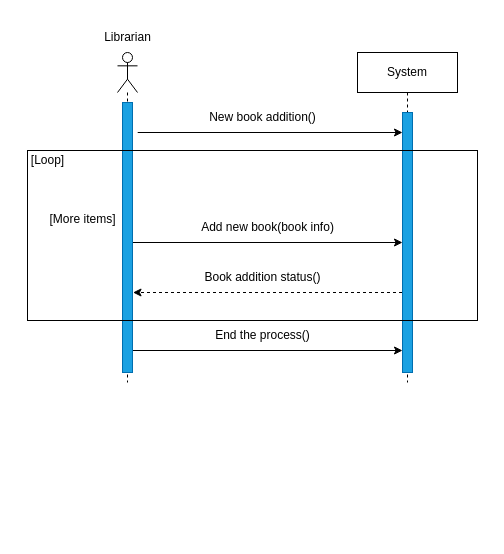
Before: drawio files/Library Management System (Add new book) SSD.drawio in Abdulrahman-Sayed-1/Library-Management-System, a draw.io diagram. Source tidied: cells renumbered, new cells numbered last; positions are measured from the earlier drawing's top-left corner, leaving out a move shared by most shapes. Both pictures are drawn from the tidied source at 100%, with x=0, y=0 at pixel (17, 22).
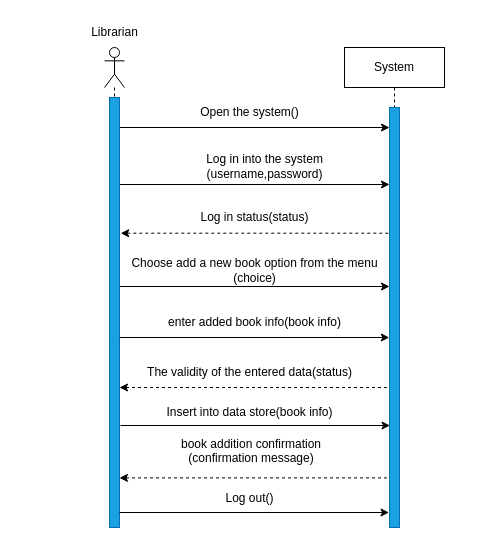
The same page after the edit.

What changed in the source:
```diff
@@
-    <mxCell id="2" style="group;" parent="1" vertex="1">
-      <mxGeometry x="20" width="450" height="510" as="geometry" />
-    </mxCell>
-    <mxCell id="3" style="group;" parent="2" vertex="1">
-      <mxGeometry x="55" width="395" height="510" as="geometry" />
-    </mxCell>
-    <mxCell id="4" style="endArrow=classic;html=1;rounded=0;" parent="3" edge="1">
-      <mxGeometry relative="1" as="geometry">
-        <mxPoint x="40.5" y="220" as="sourcePoint" />
-        <mxPoint x="310" y="220" as="targetPoint" />
-      </mxGeometry>
-    </mxCell>
-    <mxCell id="5" style="shape=umlLifeline;perimeter=lifelinePerimeter;whiteSpace=wrap;html=1;newEdgeStyle={&quot;curved&quot;:0,&quot;rounded&quot;:0};participant=umlActor;strokeWidth=1;" parent="3" vertex="1">
-      <mxGeometry x="25" y="30" width="20" height="330" as="geometry" />
-    </mxCell>
-    <mxCell id="6" style="html=1;perimeter=orthogonalPerimeter;targetShapes=umlLifeline;newEdgeStyle={&quot;curved&quot;:0,&quot;rounded&quot;:0};fillColor=#1ba1e2;fontColor=#ffffff;strokeColor=#006EAF;" parent="5" vertex="1">
-      <mxGeometry x="5" y="50" width="10" height="270" as="geometry" />
-    </mxCell>
+    <mxCell id="20" style="group;" parent="1" vertex="1">
+      <mxGeometry x="62" y="-5" width="365" height="520" as="geometry" />
+    </mxCell>
+    <mxCell id="21" style="shape=umlLifeline;perimeter=lifelinePerimeter;whiteSpace=wrap;html=1;newEdgeStyle={&quot;curved&quot;:0,&quot;rounded&quot;:0};participant=umlActor;" parent="20" vertex="1">
+      <mxGeometry x="25" y="30" width="20" height="460" as="geometry" />
+    </mxCell>
+    <mxCell id="22" style="html=1;perimeter=orthogonalPerimeter;targetShapes=umlLifeline;newEdgeStyle={&quot;curved&quot;:0,&quot;rounded&quot;:0};fillColor=#1ba1e2;fontColor=#ffffff;strokeColor=#006EAF;" parent="21" vertex="1">
+      <mxGeometry x="5" y="50" width="10" height="430" as="geometry" />
+    </mxCell>
-    <mxCell id="7" value="System" style="shape=umlLifeline;perimeter=lifelinePerimeter;whiteSpace=wrap;html=1;newEdgeStyle={&quot;edgeStyle&quot;:&quot;elbowEdgeStyle&quot;,&quot;elbow&quot;:&quot;vertical&quot;,&quot;curved&quot;:0,&quot;rounded&quot;:0};" parent="3" vertex="1">
-      <mxGeometry x="265" y="30" width="100" height="330" as="geometry" />
+    <mxCell id="7" value="System" style="shape=umlLifeline;perimeter=lifelinePerimeter;whiteSpace=wrap;html=1;newEdgeStyle={&quot;edgeStyle&quot;:&quot;elbowEdgeStyle&quot;,&quot;elbow&quot;:&quot;vertical&quot;,&quot;curved&quot;:0,&quot;rounded&quot;:0};" parent="20" vertex="1">
+      <mxGeometry x="265" y="30" width="100" height="340" as="geometry" />
     </mxCell>
-    <mxCell id="8" style="html=1;perimeter=orthogonalPerimeter;targetShapes=umlLifeline;newEdgeStyle={&quot;curved&quot;:0,&quot;rounded&quot;:0};fillColor=#1ba1e2;fontColor=#ffffff;strokeColor=#006EAF;" parent="3" vertex="1">
-      <mxGeometry x="310" y="90" width="10" height="260" as="geometry" />
-    </mxCell>
-    <mxCell id="9" value="Add new book(book info)" style="text;html=1;align=center;verticalAlign=middle;strokeColor=none;fillColor=none;" parent="3" vertex="1">
-      <mxGeometry x="95" y="190" width="160" height="30" as="geometry" />
-    </mxCell>
+    <mxCell id="23" style="html=1;perimeter=orthogonalPerimeter;targetShapes=umlLifeline;newEdgeStyle={&quot;curved&quot;:0,&quot;rounded&quot;:0};fillColor=#1ba1e2;fontColor=#ffffff;strokeColor=#006EAF;" parent="20" vertex="1">
+      <mxGeometry x="310" y="90" width="10" height="420" as="geometry" />
+    </mxCell>
-    <mxCell id="10" value="Librarian" style="text;html=1;align=center;verticalAlign=middle;strokeColor=none;fillColor=none;" parent="3" vertex="1">
+    <mxCell id="10" value="Librarian" style="text;html=1;align=center;verticalAlign=middle;strokeColor=none;fillColor=none;" parent="20" vertex="1">
       <mxGeometry width="70" height="30" as="geometry" />
     </mxCell>
-    <mxCell id="11" value="Book addition status()" style="text;html=1;align=center;verticalAlign=middle;strokeColor=none;fillColor=none;" parent="3" vertex="1">
-      <mxGeometry x="100" y="240" width="140" height="30" as="geometry" />
-    </mxCell>
-    <mxCell id="12" style="html=1;labelBackgroundColor=#ffffff;startArrow=none;startFill=0;startSize=6;endArrow=classic;endFill=1;endSize=6;jettySize=auto;orthogonalLoop=1;strokeWidth=1;dashed=1;fontSize=14;rounded=0;" parent="3" edge="1">
-      <mxGeometry relative="1" as="geometry">
-        <mxPoint x="309.5" y="270" as="sourcePoint" />
-        <mxPoint x="40.5" y="270" as="targetPoint" />
-      </mxGeometry>
-    </mxCell>
-    <mxCell id="13" style="endArrow=classic;html=1;rounded=0;" parent="3" edge="1">
-      <mxGeometry relative="1" as="geometry">
-        <mxPoint x="45.2" y="110" as="sourcePoint" />
-        <mxPoint x="310" y="110" as="targetPoint" />
-      </mxGeometry>
-    </mxCell>
-    <mxCell id="14" value="New book addition()" style="text;html=1;align=center;verticalAlign=middle;strokeColor=none;fillColor=none;" parent="3" vertex="1">
-      <mxGeometry x="105" y="80" width="130" height="30" as="geometry" />
-    </mxCell>
-    <mxCell id="15" style="endArrow=classic;html=1;rounded=0;" parent="3" edge="1">
-      <mxGeometry relative="1" as="geometry">
-        <mxPoint x="40.5" y="328" as="sourcePoint" />
-        <mxPoint x="310" y="328" as="targetPoint" />
-      </mxGeometry>
-    </mxCell>
-    <mxCell id="16" value="End the process()" style="text;html=1;align=center;verticalAlign=middle;strokeColor=none;fillColor=none;" parent="3" vertex="1">
-      <mxGeometry x="110" y="298" width="120" height="30" as="geometry" />
-    </mxCell>
-    <mxCell id="17" style="rounded=0;whiteSpace=wrap;html=1;fillColor=none;" parent="3" vertex="1">
-      <mxGeometry x="-65" y="128" width="450" height="170" as="geometry" />
-    </mxCell>
-    <mxCell id="18" value="[Loop]" style="text;html=1;align=center;verticalAlign=middle;strokeColor=none;fillColor=none;" parent="3" vertex="1">
-      <mxGeometry x="-75" y="123" width="60" height="30" as="geometry" />
-    </mxCell>
-    <mxCell id="19" value="[More items]" style="text;html=1;align=center;verticalAlign=middle;strokeColor=none;fillColor=none;" parent="2" vertex="1">
-      <mxGeometry y="182" width="90" height="30" as="geometry" />
-    </mxCell>
+    <mxCell id="24" style="endArrow=classic;html=1;rounded=0;" parent="20" edge="1">
+      <mxGeometry relative="1" as="geometry">
+        <mxPoint x="40.5" y="110" as="sourcePoint" />
+        <mxPoint x="310" y="110" as="targetPoint" />
+      </mxGeometry>
+    </mxCell>
+    <mxCell id="25" value="Open the system()" style="text;html=1;align=center;verticalAlign=middle;strokeColor=none;fillColor=none;" parent="20" vertex="1">
+      <mxGeometry x="110" y="80" width="120" height="30" as="geometry" />
+    </mxCell>
+    <mxCell id="26" style="endArrow=classic;html=1;rounded=0;" parent="20" edge="1">
+      <mxGeometry relative="1" as="geometry">
+        <mxPoint x="40.5" y="269" as="sourcePoint" />
+        <mxPoint x="310" y="269" as="targetPoint" />
+      </mxGeometry>
+    </mxCell>
+    <mxCell id="27" style="endArrow=classic;html=1;rounded=0;" parent="20" edge="1">
+      <mxGeometry relative="1" as="geometry">
+        <mxPoint x="40.5" y="167" as="sourcePoint" />
+        <mxPoint x="310" y="167" as="targetPoint" />
+      </mxGeometry>
+    </mxCell>
+    <mxCell id="28" value="Log in into the system&lt;div&gt;(username,password)&lt;/div&gt;" style="text;html=1;align=center;verticalAlign=middle;strokeColor=none;fillColor=none;" parent="20" vertex="1">
+      <mxGeometry x="115" y="129" width="140" height="40" as="geometry" />
+    </mxCell>
+    <mxCell id="29" style="endArrow=classic;html=1;rounded=0;" parent="20" edge="1">
+      <mxGeometry relative="1" as="geometry">
+        <mxPoint x="40" y="495" as="sourcePoint" />
+        <mxPoint x="309.5" y="495" as="targetPoint" />
+      </mxGeometry>
+    </mxCell>
+    <mxCell id="30" value="Log out()" style="text;html=1;align=center;verticalAlign=middle;strokeColor=none;fillColor=none;" parent="20" vertex="1">
+      <mxGeometry x="135" y="466" width="70" height="30" as="geometry" />
+    </mxCell>
+    <mxCell id="31" style="html=1;labelBackgroundColor=#ffffff;startArrow=none;startFill=0;startSize=6;endArrow=classic;endFill=1;endSize=6;jettySize=auto;orthogonalLoop=1;strokeWidth=1;dashed=1;fontSize=14;rounded=0;" parent="20" edge="1">
+      <mxGeometry relative="1" as="geometry">
+        <mxPoint x="308.8" y="215.7" as="sourcePoint" />
+        <mxPoint x="41.2" y="215.7" as="targetPoint" />
+      </mxGeometry>
+    </mxCell>
+    <mxCell id="32" value="Log in status(status)" style="text;html=1;align=center;verticalAlign=middle;strokeColor=none;fillColor=none;" parent="20" vertex="1">
+      <mxGeometry x="110" y="185" width="130" height="30" as="geometry" />
+    </mxCell>
+    <mxCell id="33" value="Choose add a new book&amp;nbsp;option from the menu&lt;div&gt;(choice)&lt;/div&gt;" style="text;html=1;align=center;verticalAlign=middle;strokeColor=none;fillColor=none;" parent="20" vertex="1">
+      <mxGeometry x="40" y="233" width="270" height="40" as="geometry" />
+    </mxCell>
+    <mxCell id="34" style="endArrow=classic;html=1;rounded=0;" parent="20" edge="1">
+      <mxGeometry relative="1" as="geometry">
+        <mxPoint x="40.2" y="320" as="sourcePoint" />
+        <mxPoint x="309.8" y="320" as="targetPoint" />
+      </mxGeometry>
+    </mxCell>
+    <mxCell id="35" value="enter added book info(book info)" style="text;html=1;align=center;verticalAlign=middle;strokeColor=none;fillColor=none;" parent="20" vertex="1">
+      <mxGeometry x="75" y="290" width="200" height="30" as="geometry" />
+    </mxCell>
+    <mxCell id="36" style="html=1;labelBackgroundColor=#ffffff;startArrow=none;startFill=0;startSize=6;endArrow=classic;endFill=1;endSize=6;jettySize=auto;orthogonalLoop=1;strokeWidth=1;dashed=1;fontSize=14;rounded=0;" parent="20" edge="1">
+      <mxGeometry relative="1" as="geometry">
+        <mxPoint x="307.5" y="370" as="sourcePoint" />
+        <mxPoint x="40" y="370" as="targetPoint" />
+      </mxGeometry>
+    </mxCell>
+    <mxCell id="37" value="The validity of the entered data(status)" style="text;html=1;align=center;verticalAlign=middle;strokeColor=none;fillColor=none;" parent="20" vertex="1">
+      <mxGeometry x="55" y="340" width="230" height="30" as="geometry" />
+    </mxCell>
+    <mxCell id="38" value="Insert into data store(book info)" style="text;html=1;align=center;verticalAlign=middle;strokeColor=none;fillColor=none;" parent="20" vertex="1">
+      <mxGeometry x="75" y="380" width="190" height="30" as="geometry" />
+    </mxCell>
+    <mxCell id="39" style="html=1;labelBackgroundColor=#ffffff;startArrow=none;startFill=0;startSize=6;endArrow=classic;endFill=1;endSize=6;jettySize=auto;orthogonalLoop=1;strokeWidth=1;dashed=1;fontSize=14;rounded=0;" parent="20" edge="1">
+      <mxGeometry relative="1" as="geometry">
+        <mxPoint x="307.5" y="460.4" as="sourcePoint" />
+        <mxPoint x="40" y="460.4" as="targetPoint" />
+      </mxGeometry>
+    </mxCell>
+    <mxCell id="40" value="book addition confirmation&#10;(confirmation message)" style="text;align=center;verticalAlign=middle;strokeColor=none;fillColor=none;" parent="20" vertex="1">
+      <mxGeometry x="92" y="413" width="160" height="40" as="geometry" />
+    </mxCell>
+    <mxCell id="41" style="endArrow=classic;html=1;rounded=0;" parent="20" edge="1">
+      <mxGeometry relative="1" as="geometry">
+        <mxPoint x="41" y="408" as="sourcePoint" />
+        <mxPoint x="310.5" y="408" as="targetPoint" />
+      </mxGeometry>
+    </mxCell>
```
